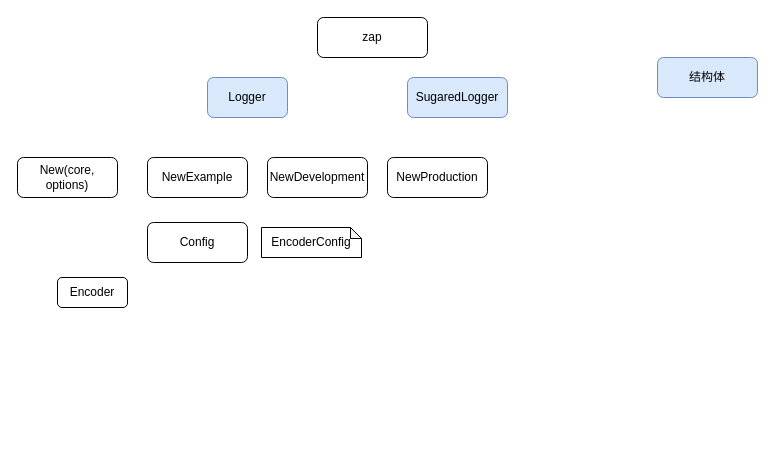
zhangfuli/draw.io keeps this draw.io diagram as zap.drawio. Above is the earlier version. Source tidied: cells renumbered, new cells numbered last; positions are measured from the earlier drawing's top-left corner, leaving out a move shared by most shapes. Both pictures are drawn from the tidied source at 100%, with x=0, y=0 at pixel (17, 17).
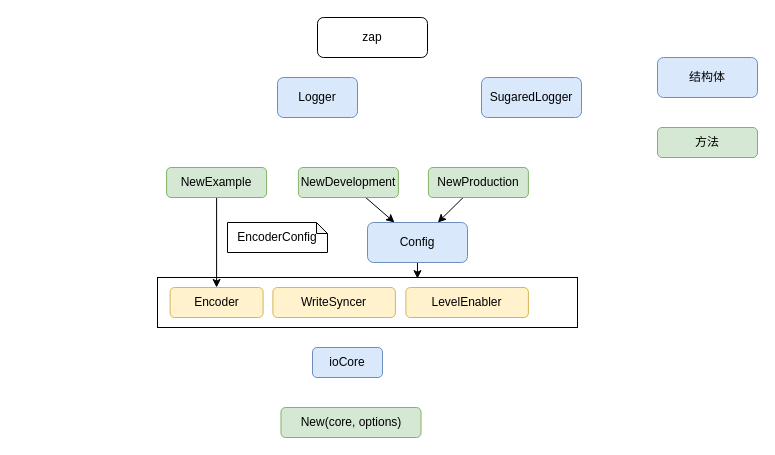
The same page after the edit.

What changed in the source:
```diff
@@
+    <mxCell id="13" style="rounded=0;whiteSpace=wrap;html=1;" parent="1" vertex="1">
+      <mxGeometry x="140" y="260" width="420" height="50" as="geometry" />
+    </mxCell>
@@
     <mxCell id="3" value="Logger" style="rounded=1;whiteSpace=wrap;html=1;fillColor=#dae8fc;strokeColor=#6c8ebf;" parent="1" vertex="1">
-      <mxGeometry x="190" y="60" width="80" height="40" as="geometry" />
+      <mxGeometry x="260" y="60" width="80" height="40" as="geometry" />
     </mxCell>
     <mxCell id="4" value="SugaredLogger" style="rounded=1;whiteSpace=wrap;html=1;fillColor=#dae8fc;strokeColor=#6c8ebf;" parent="1" vertex="1">
-      <mxGeometry x="390" y="60" width="100" height="40" as="geometry" />
+      <mxGeometry x="464" y="60" width="100" height="40" as="geometry" />
     </mxCell>
@@
+    <mxCell id="14" style="rounded=0;jettySize=auto;html=1;" parent="1" edge="1" source="6" target="11">
+      <mxGeometry relative="1" as="geometry" />
+    </mxCell>
-    <mxCell id="6" value="NewExample" style="rounded=1;whiteSpace=wrap;html=1;" parent="1" vertex="1">
-      <mxGeometry x="130" y="140" width="100" height="40" as="geometry" />
+    <mxCell id="6" value="NewExample" style="rounded=1;whiteSpace=wrap;html=1;fillColor=#d5e8d4;strokeColor=#82b366;" parent="1" vertex="1">
+      <mxGeometry x="149.1" y="150" width="100" height="30" as="geometry" />
     </mxCell>
+    <mxCell id="15" style="rounded=0;jettySize=auto;html=1;" parent="1" edge="1" source="7" target="12">
+      <mxGeometry relative="1" as="geometry" />
+    </mxCell>
-    <mxCell id="7" value="NewProduction" style="rounded=1;whiteSpace=wrap;html=1;" parent="1" vertex="1">
-      <mxGeometry x="370" y="140" width="100" height="40" as="geometry" />
+    <mxCell id="7" value="NewProduction" style="rounded=1;whiteSpace=wrap;html=1;fillColor=#d5e8d4;strokeColor=#82b366;" parent="1" vertex="1">
+      <mxGeometry x="410.9" y="150" width="100" height="30" as="geometry" />
     </mxCell>
+    <mxCell id="16" style="rounded=0;jettySize=auto;html=1;" parent="1" edge="1" source="8" target="12">
+      <mxGeometry relative="1" as="geometry" />
+    </mxCell>
-    <mxCell id="8" value="NewDevelopment" style="rounded=1;whiteSpace=wrap;html=1;" parent="1" vertex="1">
-      <mxGeometry x="250" y="140" width="100" height="40" as="geometry" />
+    <mxCell id="8" value="NewDevelopment" style="rounded=1;whiteSpace=wrap;html=1;fillColor=#d5e8d4;strokeColor=#82b366;" parent="1" vertex="1">
+      <mxGeometry x="280.9" y="150" width="100" height="30" as="geometry" />
     </mxCell>
-    <mxCell id="9" value="New(core, options)" style="rounded=1;whiteSpace=wrap;html=1;" parent="1" vertex="1">
-      <mxGeometry y="140" width="100" height="40" as="geometry" />
+    <mxCell id="9" value="New(core, options)" style="rounded=1;whiteSpace=wrap;html=1;fillColor=#d5e8d4;strokeColor=#82b366;" parent="1" vertex="1">
+      <mxGeometry x="263.5" y="390" width="140" height="30" as="geometry" />
     </mxCell>
     <mxCell id="10" value="EncoderConfig" style="shape=note;whiteSpace=wrap;html=1;backgroundOutline=1;darkOpacity=0.05;size=11;" parent="1" vertex="1">
-      <mxGeometry x="244" y="210" width="100" height="30" as="geometry" />
+      <mxGeometry x="210" y="205" width="100" height="30" as="geometry" />
     </mxCell>
-    <mxCell id="11" value="Encoder" style="rounded=1;whiteSpace=wrap;html=1;" parent="1" vertex="1">
-      <mxGeometry x="40" y="260" width="70" height="30" as="geometry" />
+    <mxCell id="11" value="Encoder" style="rounded=1;whiteSpace=wrap;html=1;fillColor=#fff2cc;strokeColor=#d6b656;" parent="1" vertex="1">
+      <mxGeometry x="152.6" y="270" width="93" height="30" as="geometry" />
     </mxCell>
+    <mxCell id="17" style="rounded=0;jettySize=auto;html=1;entryX=0.619;entryY=0.023;entryDx=0;entryDy=0;entryPerimeter=0;" parent="1" edge="1" source="12" target="13">
+      <mxGeometry relative="1" as="geometry" />
+    </mxCell>
-    <mxCell id="12" value="Config" style="rounded=1;whiteSpace=wrap;html=1;" parent="1" vertex="1">
-      <mxGeometry x="130" y="205" width="100" height="40" as="geometry" />
+    <mxCell id="12" value="Config" style="rounded=1;whiteSpace=wrap;html=1;fillColor=#dae8fc;strokeColor=#6c8ebf;" parent="1" vertex="1">
+      <mxGeometry x="350" y="205" width="100" height="40" as="geometry" />
     </mxCell>
+    <mxCell id="18" value="ioCore" style="rounded=1;whiteSpace=wrap;html=1;fillColor=#dae8fc;strokeColor=#6c8ebf;" parent="1" vertex="1">
+      <mxGeometry x="295" y="330" width="70" height="30" as="geometry" />
+    </mxCell>
+    <mxCell id="19" value="方法" style="rounded=1;whiteSpace=wrap;html=1;fillColor=#d5e8d4;strokeColor=#82b366;" parent="1" vertex="1">
+      <mxGeometry x="640" y="110" width="100" height="30" as="geometry" />
+    </mxCell>
+    <mxCell id="20" value="WriteSyncer" style="rounded=1;whiteSpace=wrap;html=1;fillColor=#fff2cc;strokeColor=#d6b656;" parent="1" vertex="1">
+      <mxGeometry x="255.4" y="270" width="122.5" height="30" as="geometry" />
+    </mxCell>
+    <mxCell id="21" value="LevelEnabler" style="rounded=1;whiteSpace=wrap;html=1;fillColor=#fff2cc;strokeColor=#d6b656;" parent="1" vertex="1">
+      <mxGeometry x="388.4" y="270" width="122.5" height="30" as="geometry" />
+    </mxCell>
```
